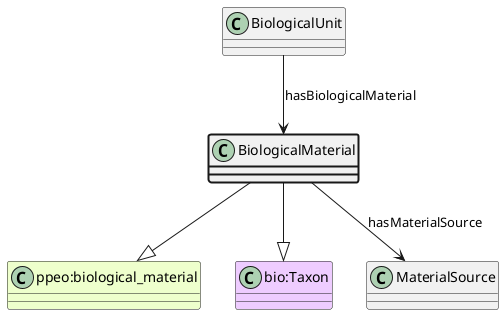
The PlantUML diagram ttl_uml/ttl_appn_BiologicalMaterial.png in aus-plant-phenomics-network/appn-schema, before a commit.
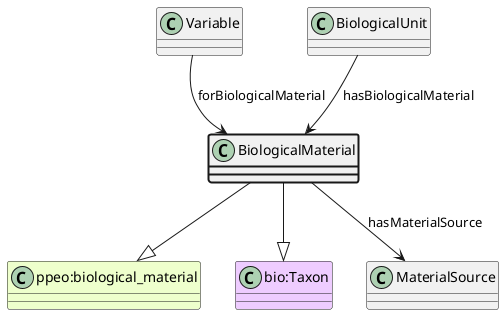
The same diagram one commit later.

What changed in the source:
```diff
@@ -4,6 +4,8 @@
 BiologicalMaterial --|> "ppeo:biological_material"
 class "bio:Taxon" #EECCFF
 BiologicalMaterial --|> "bio:Taxon"
+class Variable
+Variable --> BiologicalMaterial : forBiologicalMaterial
 class BiologicalUnit
 BiologicalUnit --> BiologicalMaterial : hasBiologicalMaterial
 class MaterialSource
```
